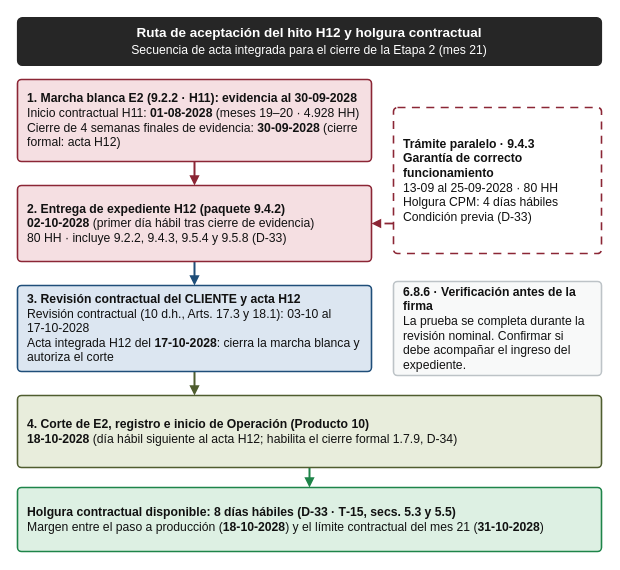
Above: imagenes/Diagramas que faltaban/productos/Fig_Ruta_H12.drawio in PatricioH315/LafroX (draw.io), before the change. Source tidied: cells renumbered, new cells numbered last; positions are measured from the earlier drawing's top-left corner, leaving out a move shared by most shapes. Both pictures are drawn from the tidied source at 100%, with x=0, y=0 at pixel (17, 17).
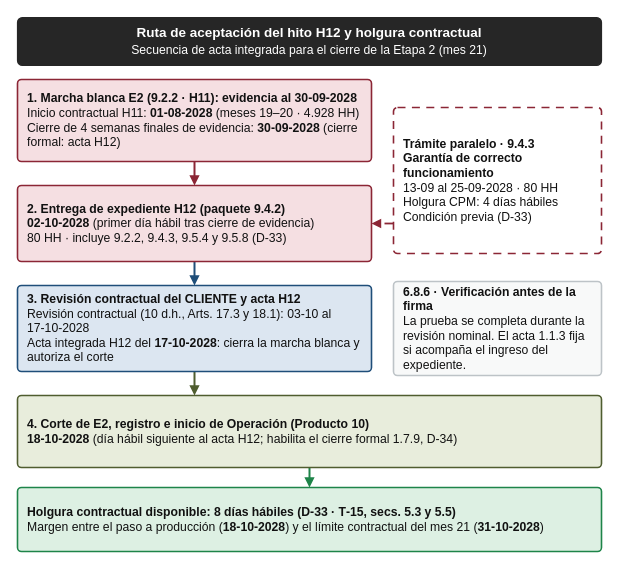
The same page after the edit.

Commit message (it also covers changes not shown here):
docs(sd7): la figura de la ruta del H12 remite al acta 1.1.3 en lugar de dejar una pregunta abierta

Diff of the diagram source:
```diff
@@
 <mxGraphModel>
   <root>
     <mxCell id="0" />
     <mxCell id="1" parent="0" />
     <mxCell id="2" style="html=1;rounded=0;endArrow=block;endFill=1;endSize=5;strokeColor=#8B2635;strokeWidth=2.00;" parent="1" edge="1">
       <mxGeometry relative="1" as="geometry">
         <mxPoint x="177" y="144" as="sourcePoint" />
         <mxPoint x="177" y="168" as="targetPoint" />
       </mxGeometry>
     </mxCell>
     <mxCell id="3" style="html=1;rounded=0;endArrow=block;endFill=1;endSize=5;strokeColor=#1F4E79;strokeWidth=2.00;" parent="1" edge="1">
       <mxGeometry relative="1" as="geometry">
         <mxPoint x="177" y="244" as="sourcePoint" />
         <mxPoint x="177" y="268" as="targetPoint" />
       </mxGeometry>
     </mxCell>
     <mxCell id="4" style="html=1;rounded=0;endArrow=block;endFill=1;endSize=5;strokeColor=#4F5D2F;strokeWidth=2.00;" parent="1" edge="1">
       <mxGeometry relative="1" as="geometry">
         <mxPoint x="177" y="354" as="sourcePoint" />
         <mxPoint x="177" y="378" as="targetPoint" />
       </mxGeometry>
     </mxCell>
     <mxCell id="5" style="html=1;rounded=0;endArrow=block;endFill=1;endSize=5;strokeColor=#8B2635;strokeWidth=1.80;dashed=1;dashPattern=5 4;" parent="1" edge="1">
       <mxGeometry relative="1" as="geometry">
         <mxPoint x="376" y="206" as="sourcePoint" />
         <mxPoint x="354" y="206" as="targetPoint" />
       </mxGeometry>
     </mxCell>
     <mxCell id="6" style="html=1;rounded=0;endArrow=block;endFill=1;endSize=5;strokeColor=#1E8449;strokeWidth=2.00;" parent="1" edge="1">
       <mxGeometry relative="1" as="geometry">
         <mxPoint x="292" y="450" as="sourcePoint" />
         <mxPoint x="292" y="470" as="targetPoint" />
       </mxGeometry>
     </mxCell>
     <mxCell id="7" value="&lt;b&gt;Ruta de aceptación del hito H12 y holgura contractual&lt;/b&gt;&lt;br&gt;&lt;span style=&quot;font-size:12.2px;&quot;&gt;Secuencia de acta integrada para el cierre de la Etapa 2 (mes 21)&lt;/span&gt;" style="rounded=1;whiteSpace=wrap;html=1;fillColor=#262626;strokeColor=#262626;strokeWidth=1.2;spacing=0;fontFamily=Arial;absoluteArcSize=1;arcSize=10;fontSize=13.5;fontColor=#FFFFFF;align=center;verticalAlign=middle;spacingLeft=10;spacingRight=10;spacingTop=4;spacingBottom=4;" parent="1" vertex="1">
       <mxGeometry width="584" height="48" as="geometry" />
     </mxCell>
     <mxCell id="8" value="&lt;b&gt;1. Marcha blanca E2 (9.2.2 · H11): evidencia al 30‑09‑2028&lt;/b&gt;&lt;br&gt;Inicio contractual H11: &lt;b&gt;01‑08‑2028&lt;/b&gt; (meses 19–20 · 4.928 HH)&lt;br&gt;Cierre de 4 semanas finales de evidencia: &lt;b&gt;30‑09‑2028&lt;/b&gt; (cierre formal: acta H12)" style="rounded=1;whiteSpace=wrap;html=1;fillColor=#F5DFE2;strokeColor=#8B2635;strokeWidth=1.6;spacing=0;fontFamily=Arial;absoluteArcSize=1;arcSize=8;fontSize=12.2;fontColor=#111111;align=left;verticalAlign=middle;spacingLeft=10;spacingRight=10;spacingTop=4;spacingBottom=4;" parent="1" vertex="1">
       <mxGeometry y="62" width="354" height="82" as="geometry" />
     </mxCell>
     <mxCell id="9" value="&lt;b&gt;Trámite paralelo · 9.4.3&lt;/b&gt;&lt;br&gt;&lt;b&gt;Garantía de correcto funcionamiento&lt;/b&gt;&lt;br&gt;13‑09 al 25‑09‑2028 · 80 HH&lt;br&gt;Holgura CPM: 4 días hábiles&lt;br&gt;Condición previa (D‑33)" style="rounded=1;whiteSpace=wrap;html=1;fillColor=#FFFFFF;strokeColor=#8B2635;strokeWidth=1.6;dashed=1;dashPattern=5 4;spacing=0;fontFamily=Arial;absoluteArcSize=1;arcSize=8;fontSize=12.2;fontColor=#111111;align=left;verticalAlign=middle;spacingLeft=10;spacingRight=10;spacingTop=4;spacingBottom=4;" parent="1" vertex="1">
       <mxGeometry x="376" y="90" width="208" height="146" as="geometry" />
     </mxCell>
     <mxCell id="10" value="&lt;b&gt;2. Entrega de expediente H12 (paquete 9.4.2)&lt;/b&gt;&lt;br&gt;&lt;b&gt;02‑10‑2028&lt;/b&gt; (primer día hábil tras cierre de evidencia)&lt;br&gt;80 HH · incluye 9.2.2, 9.4.3, 9.5.4 y 9.5.8 (D‑33)" style="rounded=1;whiteSpace=wrap;html=1;fillColor=#F5DFE2;strokeColor=#8B2635;strokeWidth=1.6;spacing=0;fontFamily=Arial;absoluteArcSize=1;arcSize=8;fontSize=12.2;fontColor=#111111;align=left;verticalAlign=middle;spacingLeft=10;spacingRight=10;spacingTop=4;spacingBottom=4;" parent="1" vertex="1">
       <mxGeometry y="168" width="354" height="76" as="geometry" />
     </mxCell>
     <mxCell id="11" value="&lt;b&gt;3. Revisión contractual del CLIENTE y acta H12&lt;/b&gt;&lt;br&gt;Revisión contractual (10 d.h., Arts. 17.3 y 18.1): 03‑10 al 17‑10‑2028&lt;br&gt;Acta integrada H12 del &lt;b&gt;17‑10‑2028&lt;/b&gt;: cierra la marcha blanca y autoriza el corte" style="rounded=1;whiteSpace=wrap;html=1;fillColor=#DCE6F1;strokeColor=#1F4E79;strokeWidth=1.6;spacing=0;fontFamily=Arial;absoluteArcSize=1;arcSize=8;fontSize=12.2;fontColor=#111111;align=left;verticalAlign=middle;spacingLeft=10;spacingRight=10;spacingTop=4;spacingBottom=4;" parent="1" vertex="1">
       <mxGeometry y="268" width="354" height="86" as="geometry" />
     </mxCell>
-    <mxCell id="12" value="&lt;b&gt;6.8.6 · Verificación antes de la firma&lt;/b&gt;&lt;br&gt;La prueba se completa durante la revisión nominal. Confirmar si debe acompañar el ingreso del expediente." style="rounded=1;whiteSpace=wrap;html=1;fillColor=#F8F9F9;strokeColor=#BDC3C7;strokeWidth=1.6;spacing=0;fontFamily=Arial;absoluteArcSize=1;arcSize=8;fontSize=12.2;fontColor=#111111;align=left;verticalAlign=middle;spacingLeft=10;spacingRight=10;spacingTop=4;spacingBottom=4;" parent="1" vertex="1">
+    <mxCell id="12" value="&lt;b&gt;6.8.6 · Verificación antes de la firma&lt;/b&gt;&lt;br&gt;La prueba se completa durante la revisión nominal. El acta 1.1.3 fija si acompaña el ingreso del expediente." style="rounded=1;whiteSpace=wrap;html=1;fillColor=#F8F9F9;strokeColor=#BDC3C7;strokeWidth=1.6;spacing=0;fontFamily=Arial;absoluteArcSize=1;arcSize=8;fontSize=12.2;fontColor=#111111;align=left;verticalAlign=middle;spacingLeft=10;spacingRight=10;spacingTop=4;spacingBottom=4;" parent="1" vertex="1">
       <mxGeometry x="376" y="264" width="208" height="94" as="geometry" />
     </mxCell>
     <mxCell id="13" value="&lt;b&gt;4. Corte de E2, registro e inicio de Operación (Producto 10)&lt;/b&gt;&lt;br&gt;&lt;b&gt;18‑10‑2028&lt;/b&gt; (día hábil siguiente al acta H12; habilita el cierre formal 1.7.9, D‑34)" style="rounded=1;whiteSpace=wrap;html=1;fillColor=#E8EDDC;strokeColor=#4F5D2F;strokeWidth=1.6;spacing=0;fontFamily=Arial;absoluteArcSize=1;arcSize=8;fontSize=12.2;fontColor=#111111;align=left;verticalAlign=middle;spacingLeft=10;spacingRight=10;spacingTop=4;spacingBottom=4;" parent="1" vertex="1">
       <mxGeometry y="378" width="584" height="72" as="geometry" />
     </mxCell>
     <mxCell id="14" value="&lt;b&gt;Holgura contractual disponible: 8 días hábiles (D‑33 · T‑15, secs. 5.3 y 5.5)&lt;/b&gt;&lt;br&gt;Margen entre el paso a producción (&lt;b&gt;18‑10‑2028&lt;/b&gt;) y el límite contractual del mes 21 (&lt;b&gt;31‑10‑2028&lt;/b&gt;)" style="rounded=1;whiteSpace=wrap;html=1;fillColor=#DDF0E3;strokeColor=#1E8449;strokeWidth=1.6;spacing=0;fontFamily=Arial;absoluteArcSize=1;arcSize=8;fontSize=12.2;fontColor=#111111;align=left;verticalAlign=middle;spacingLeft=10;spacingRight=10;spacingTop=4;spacingBottom=4;" parent="1" vertex="1">
       <mxGeometry y="470" width="584" height="64" as="geometry" />
     </mxCell>
   </root>
 </mxGraphModel>
```
